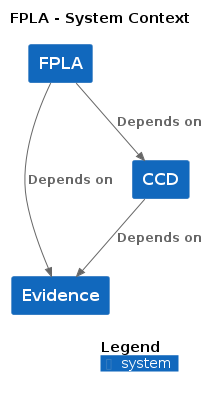
The PlantUML diagram docs/c4/fpla/images/structurizr-fpla-context.png in hmcts/cnp-api-docs, before a commit.
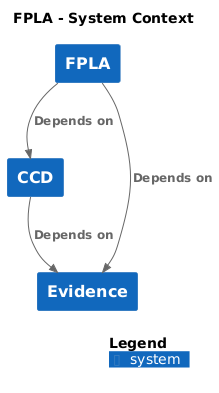
Above is the later version.

What changed in the source:
```diff
@@ -11,9 +11,9 @@
 System(CCD, "CCD", $descr="", $tags="", $link="")
 System(Evidence, "Evidence", $descr="", $tags="", $link="")
 
-Rel_D(CCD, Evidence, "Depends on", $techn="", $tags="", $link="")
-Rel_D(FPLA, Evidence, "Depends on", $techn="", $tags="", $link="")
-Rel_D(FPLA, CCD, "Depends on", $techn="", $tags="", $link="")
+Rel(CCD, Evidence, "Depends on", $techn="", $tags="", $link="")
+Rel(FPLA, Evidence, "Depends on", $techn="", $tags="", $link="")
+Rel(FPLA, CCD, "Depends on", $techn="", $tags="", $link="")
 
 SHOW_DYNAMIC_LEGEND()
 @enduml
```
